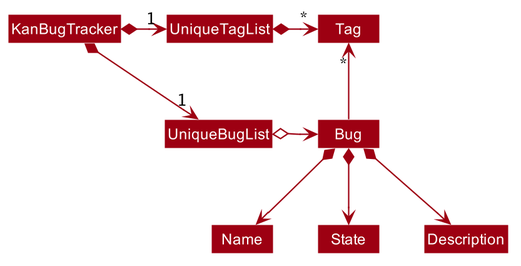
the-reefshark/tp keeps this PlantUML diagram as docs/images/BetterModelClassDiagram.png. Above is the earlier version.
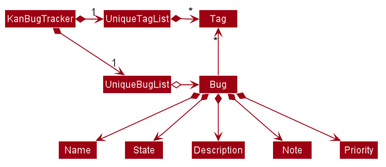
Later version of the same file.

Diff of the diagram source:
```diff
@@ -64,4 +64,6 @@
 Bug *--> Name
 Bug *--> State
 Bug *--> Description
+Bug *--> Note
+Bug *--> Priority
 @enduml
```
